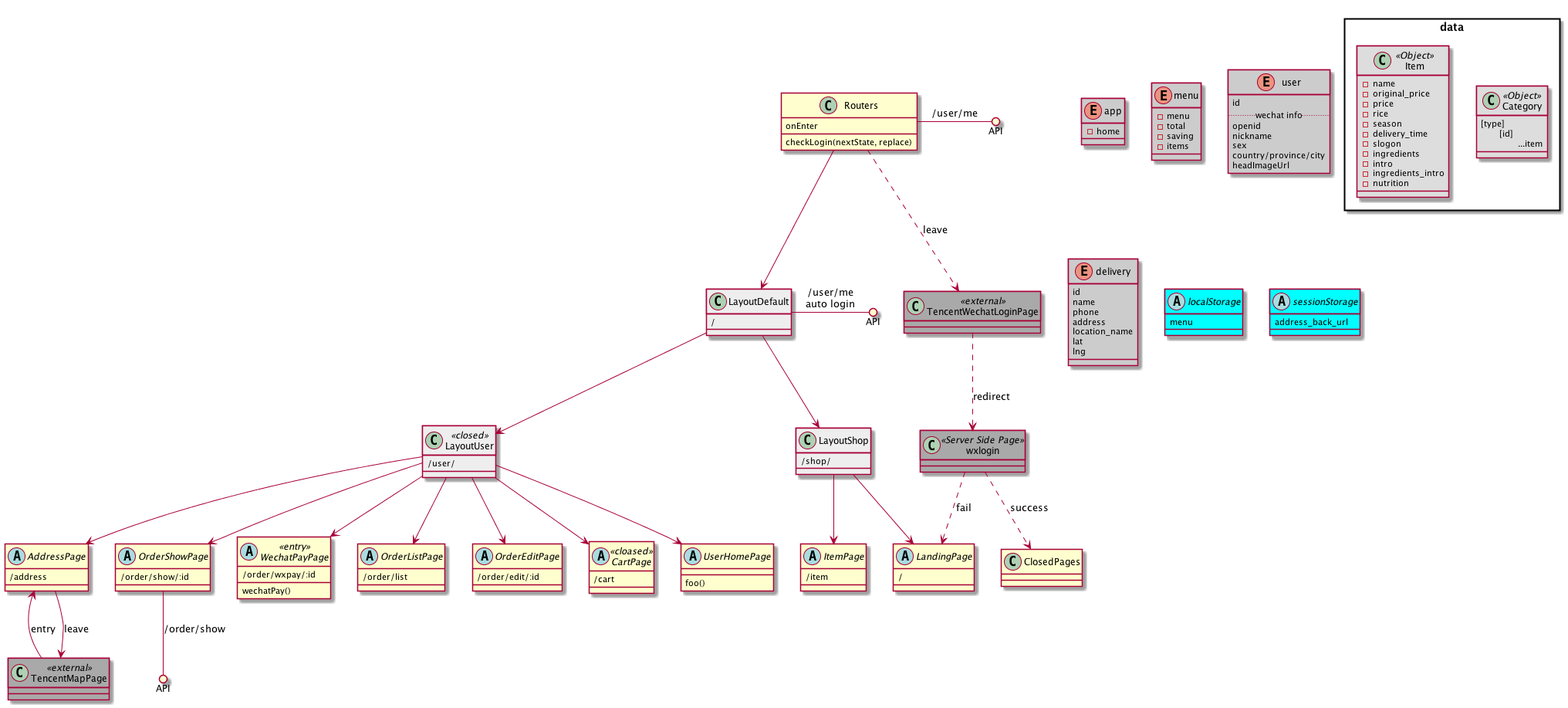
This is doc/hlhs-frontend.png from bryt-li/lava, a PlantUML export, as it was before one commit.
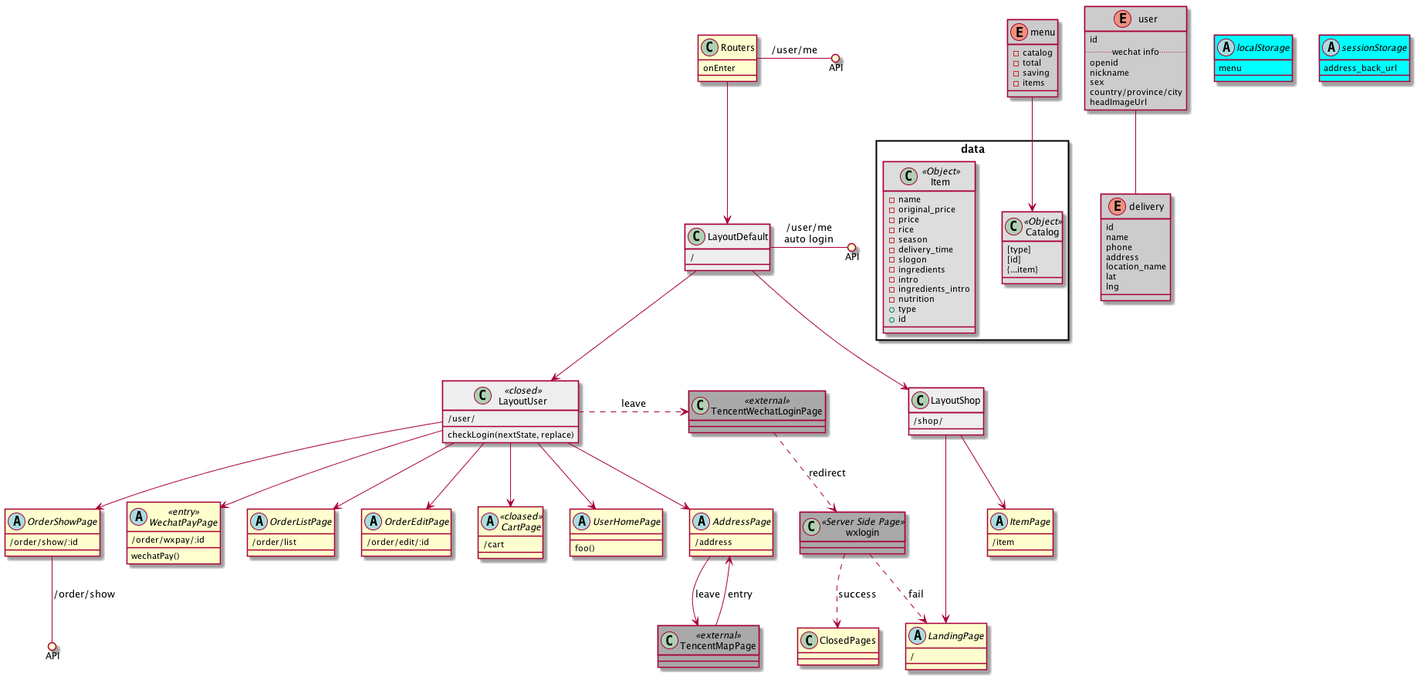
Above is the later version.

Change to the diagram source:
```diff
@@ -4,10 +4,10 @@
 
 
 package data {
-	class Category  <<Object>> #ddd{
+	class Catalog  <<Object>> #ddd{
 		[type]
 		        [id]
-		                ...item
+		                {...item}
 	}
 
 	class Item <<Object>> #ddd{
@@ -22,16 +22,13 @@
 		-intro
 		-ingredients_intro
 		-nutrition
+		+type
+		+id
 	}
 }
 
-
-enum app #ccc{
-	-home
-}
-
 enum menu #ccc{
-	-menu
+	-catalog
 	-total
 	-saving
 	-items
@@ -57,6 +54,8 @@
 	lng
 }
 
+menu --> Catalog
+user -- delivery
 
 abstract localStorage #cyan{
 	menu
@@ -67,7 +66,6 @@
 }
 
 class Routers{
-	checkLogin(nextState, replace)
 	onEnter
 }
 
@@ -94,6 +92,7 @@
 
 class LayoutUser <<closed>> #eee {
 	/user/
+	checkLogin(nextState, replace)
 }
 
 abstract CartPage <<cloased>> {
@@ -134,7 +133,7 @@
 LayoutUser --> CartPage
 Routers --> LayoutDefault
 
-Routers ..> TencentWechatLoginPage : leave
+LayoutUser .> TencentWechatLoginPage : leave
 TencentWechatLoginPage ..> wxlogin : redirect
 wxlogin ..> LandingPage : fail
 wxlogin ..> ClosedPages : success
```
